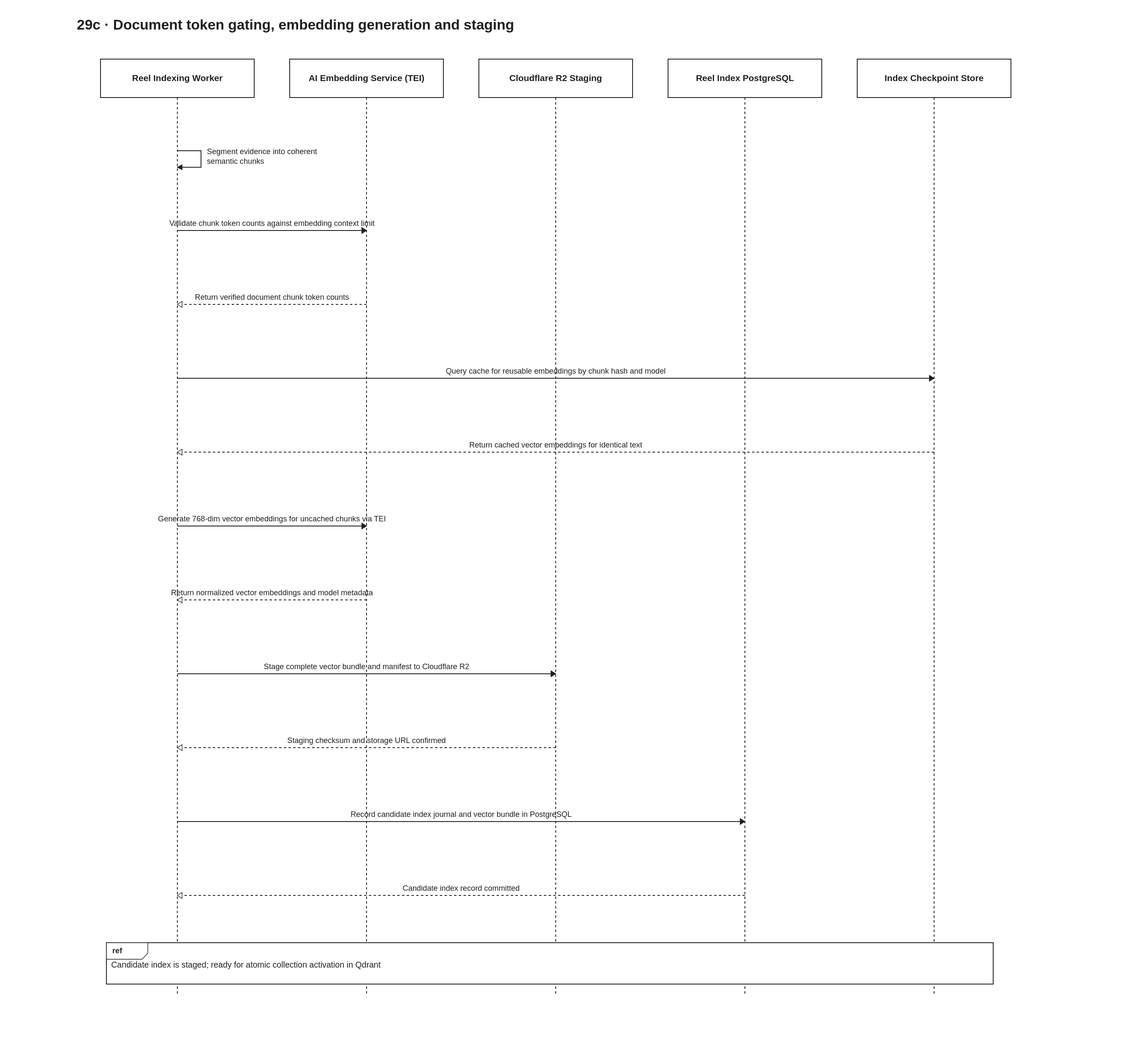
Above: docs/diagrams/velora-current/importable-svg/29c-index-vectorization-staging.drawio.svg in HieuCuteDangYeu/velora-backend (draw.io), before the change. Source tidied: cells renumbered, new cells last; positions are measured from the earlier drawing's top-left corner, leaving out a move shared by most shapes.
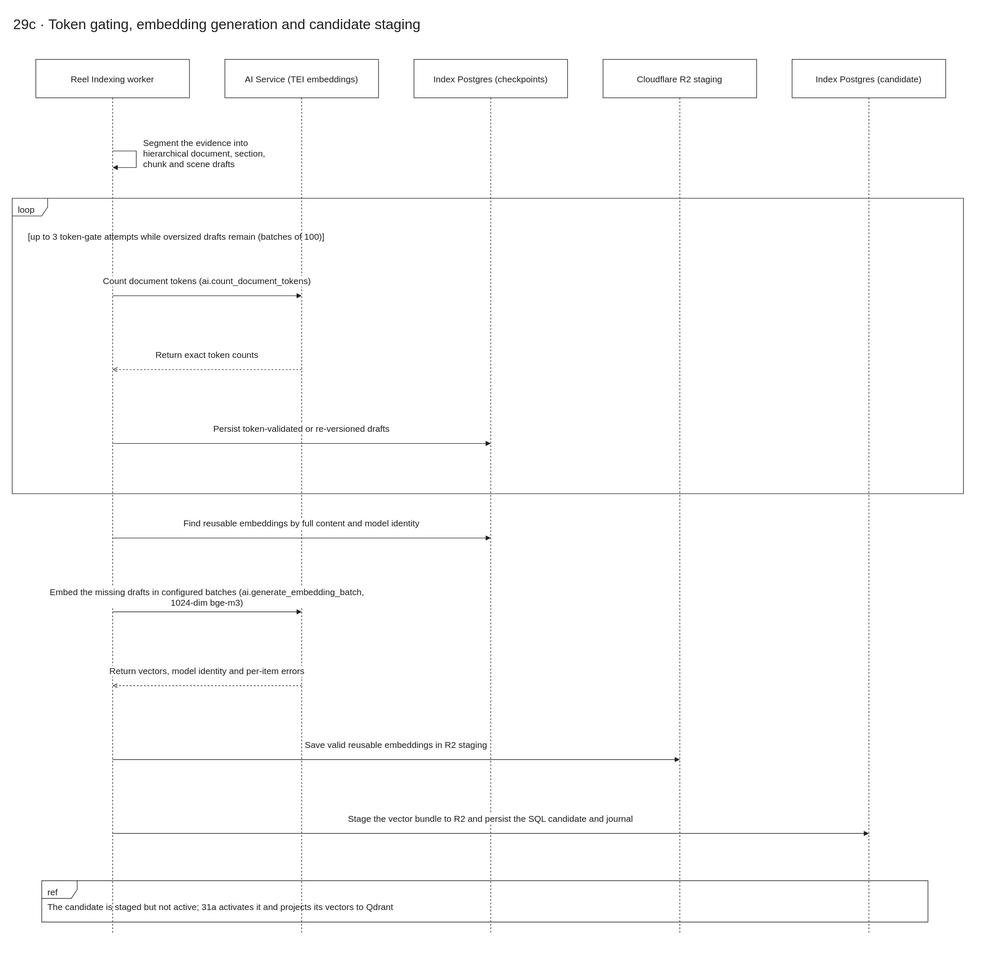
Later version of the same file.

The edit, as a diff of the source:
```diff
@@ -5,133 +5,129 @@
     <mxCell id="2" style="html=1;fontFamily=Arial;fontSize=15;fontColor=light-dark(#202020,#eeeeee);strokeColor=light-dark(#202020,#eeeeee);dashed=1;endArrow=none;" parent="1" edge="1">
       <mxGeometry relative="1" as="geometry">
         <mxPoint x="1450" y="145" as="sourcePoint" />
-        <mxPoint x="1450" y="1665" as="targetPoint" />
+        <mxPoint x="1450" y="1560" as="targetPoint" />
       </mxGeometry>
     </mxCell>
     <mxCell id="3" style="html=1;fontFamily=Arial;fontSize=15;fontColor=light-dark(#202020,#eeeeee);strokeColor=light-dark(#202020,#eeeeee);dashed=1;endArrow=none;" parent="1" edge="1">
       <mxGeometry relative="1" as="geometry">
         <mxPoint x="1130" y="145" as="sourcePoint" />
-        <mxPoint x="1130" y="1665" as="targetPoint" />
+        <mxPoint x="1130" y="1560" as="targetPoint" />
       </mxGeometry>
     </mxCell>
     <mxCell id="4" style="html=1;fontFamily=Arial;fontSize=15;fontColor=light-dark(#202020,#eeeeee);strokeColor=light-dark(#202020,#eeeeee);dashed=1;endArrow=none;" parent="1" edge="1">
       <mxGeometry relative="1" as="geometry">
         <mxPoint x="810" y="145" as="sourcePoint" />
-        <mxPoint x="810" y="1665" as="targetPoint" />
+        <mxPoint x="810" y="1560" as="targetPoint" />
       </mxGeometry>
     </mxCell>
     <mxCell id="5" style="html=1;fontFamily=Arial;fontSize=15;fontColor=light-dark(#202020,#eeeeee);strokeColor=light-dark(#202020,#eeeeee);dashed=1;endArrow=none;" parent="1" edge="1">
       <mxGeometry relative="1" as="geometry">
         <mxPoint x="490" y="145" as="sourcePoint" />
-        <mxPoint x="490" y="1665" as="targetPoint" />
+        <mxPoint x="490" y="1560" as="targetPoint" />
       </mxGeometry>
     </mxCell>
     <mxCell id="6" style="html=1;fontFamily=Arial;fontSize=15;fontColor=light-dark(#202020,#eeeeee);strokeColor=light-dark(#202020,#eeeeee);dashed=1;endArrow=none;" parent="1" edge="1">
       <mxGeometry relative="1" as="geometry">
         <mxPoint x="170" y="145" as="sourcePoint" />
-        <mxPoint x="170" y="1665" as="targetPoint" />
+        <mxPoint x="170" y="1560" as="targetPoint" />
       </mxGeometry>
     </mxCell>
-    <mxCell id="7" value="29c · Document token gating, embedding generation and staging" style="html=1;fontFamily=Arial;fontSize=15;fontColor=light-dark(#202020,#eeeeee);strokeColor=light-dark(#202020,#eeeeee);text;fontSize=24;align=left;strokeColor=none;fillColor=none;" parent="1" vertex="1">
+    <mxCell id="7" value="29c · Token gating, embedding generation and candidate staging" style="html=1;fontFamily=Arial;fontSize=15;fontColor=light-dark(#202020,#eeeeee);strokeColor=light-dark(#202020,#eeeeee);text;fontSize=24;align=left;strokeColor=none;fillColor=none;" parent="1" vertex="1">
       <mxGeometry width="1610" height="50" as="geometry" />
     </mxCell>
-    <mxCell id="8" value="Reel Indexing Worker" style="html=1;fontFamily=Arial;fontSize=15;fontColor=light-dark(#202020,#eeeeee);strokeColor=light-dark(#202020,#eeeeee);rounded=0;fillColor=#ffffff;whiteSpace=wrap;align=center;verticalAlign=middle;" parent="1" vertex="1">
+    <mxCell id="8" value="Reel Indexing worker" style="html=1;fontFamily=Arial;fontSize=15;fontColor=light-dark(#202020,#eeeeee);strokeColor=light-dark(#202020,#eeeeee);rounded=0;fillColor=#ffffff;whiteSpace=wrap;align=center;verticalAlign=middle;" parent="1" vertex="1">
       <mxGeometry x="40" y="80" width="260" height="65" as="geometry" />
     </mxCell>
-    <mxCell id="9" value="AI Embedding Service (TEI)" style="html=1;fontFamily=Arial;fontSize=15;fontColor=light-dark(#202020,#eeeeee);strokeColor=light-dark(#202020,#eeeeee);rounded=0;fillColor=#ffffff;whiteSpace=wrap;align=center;verticalAlign=middle;" parent="1" vertex="1">
+    <mxCell id="9" value="AI Service (TEI embeddings)" style="html=1;fontFamily=Arial;fontSize=15;fontColor=light-dark(#202020,#eeeeee);strokeColor=light-dark(#202020,#eeeeee);rounded=0;fillColor=#ffffff;whiteSpace=wrap;align=center;verticalAlign=middle;" parent="1" vertex="1">
       <mxGeometry x="360" y="80" width="260" height="65" as="geometry" />
     </mxCell>
-    <mxCell id="10" value="Cloudflare R2 Staging" style="html=1;fontFamily=Arial;fontSize=15;fontColor=light-dark(#202020,#eeeeee);strokeColor=light-dark(#202020,#eeeeee);rounded=0;fillColor=#ffffff;whiteSpace=wrap;align=center;verticalAlign=middle;" parent="1" vertex="1">
+    <mxCell id="10" value="Index Postgres (checkpoints)" style="html=1;fontFamily=Arial;fontSize=15;fontColor=light-dark(#202020,#eeeeee);strokeColor=light-dark(#202020,#eeeeee);rounded=0;fillColor=#ffffff;whiteSpace=wrap;align=center;verticalAlign=middle;" parent="1" vertex="1">
       <mxGeometry x="680" y="80" width="260" height="65" as="geometry" />
     </mxCell>
-    <mxCell id="11" value="Reel Index PostgreSQL" style="html=1;fontFamily=Arial;fontSize=15;fontColor=light-dark(#202020,#eeeeee);strokeColor=light-dark(#202020,#eeeeee);rounded=0;fillColor=#ffffff;whiteSpace=wrap;align=center;verticalAlign=middle;" parent="1" vertex="1">
+    <mxCell id="11" value="Cloudflare R2 staging" style="html=1;fontFamily=Arial;fontSize=15;fontColor=light-dark(#202020,#eeeeee);strokeColor=light-dark(#202020,#eeeeee);rounded=0;fillColor=#ffffff;whiteSpace=wrap;align=center;verticalAlign=middle;" parent="1" vertex="1">
       <mxGeometry x="1000" y="80" width="260" height="65" as="geometry" />
     </mxCell>
-    <mxCell id="12" value="Index Checkpoint Store" style="html=1;fontFamily=Arial;fontSize=15;fontColor=light-dark(#202020,#eeeeee);strokeColor=light-dark(#202020,#eeeeee);rounded=0;fillColor=#ffffff;whiteSpace=wrap;align=center;verticalAlign=middle;" parent="1" vertex="1">
+    <mxCell id="12" value="Index Postgres (candidate)" style="html=1;fontFamily=Arial;fontSize=15;fontColor=light-dark(#202020,#eeeeee);strokeColor=light-dark(#202020,#eeeeee);rounded=0;fillColor=#ffffff;whiteSpace=wrap;align=center;verticalAlign=middle;" parent="1" vertex="1">
       <mxGeometry x="1320" y="80" width="260" height="65" as="geometry" />
     </mxCell>
-    <mxCell id="13" value="Segment evidence into coherent semantic chunks" style="html=1;fontFamily=Arial;fontSize=15;fontColor=light-dark(#202020,#eeeeee);strokeColor=light-dark(#202020,#eeeeee);endArrow=block;endFill=1;edgeStyle=orthogonalEdgeStyle;curved=0;rounded=0;orthogonalLoop=1;jettySize=auto;labelBackgroundColor=#ffffff;labelWidth=240;whiteSpace=wrap;align=left;" parent="1" edge="1">
+    <mxCell id="13" value="Segment the evidence into hierarchical document, section, chunk and scene drafts" style="html=1;fontFamily=Arial;fontSize=15;fontColor=light-dark(#202020,#eeeeee);strokeColor=light-dark(#202020,#eeeeee);endArrow=block;endFill=1;edgeStyle=orthogonalEdgeStyle;curved=0;rounded=0;orthogonalLoop=1;jettySize=auto;labelBackgroundColor=#ffffff;labelWidth=240;whiteSpace=wrap;align=left;" parent="1" edge="1">
       <mxGeometry relative="1" as="geometry">
         <mxPoint x="170" y="235" as="sourcePoint" />
         <mxPoint x="170" y="263" as="targetPoint" />
+        <Array as="points">
+          <mxPoint x="210" y="235" />
+          <mxPoint x="210" y="263" />
+        </Array>
         <mxPoint x="10" y="-10" as="offset" />
       </mxGeometry>
     </mxCell>
-    <mxCell id="14" value="Validate chunk token counts against embedding context limit" style="html=1;fontFamily=Arial;fontSize=15;fontColor=light-dark(#202020,#eeeeee);strokeColor=light-dark(#202020,#eeeeee);endArrow=block;endFill=1;labelBackgroundColor=#ffffff;labelWidth=550;whiteSpace=wrap;align=center;" parent="1" edge="1">
-      <mxGeometry relative="1" as="geometry">
-        <mxPoint x="170" y="370" as="sourcePoint" />
-        <mxPoint x="490" y="370" as="targetPoint" />
-        <mxPoint y="-25" as="offset" />
-      </mxGeometry>
+    <mxCell id="14" value="loop" style="html=1;fontFamily=Arial;fontSize=15;fontColor=light-dark(#202020,#eeeeee);strokeColor=light-dark(#202020,#eeeeee);shape=umlFrame;fillColor=none;align=left;verticalAlign=top;spacingLeft=8;spacingTop=4;" parent="1" vertex="1">
+      <mxGeometry y="315" width="1610" height="500" as="geometry" />
     </mxCell>
-    <mxCell id="15" value="Return verified document chunk token counts" style="html=1;fontFamily=Arial;fontSize=15;fontColor=light-dark(#202020,#eeeeee);strokeColor=light-dark(#202020,#eeeeee);endArrow=open;dashed=1;labelBackgroundColor=#ffffff;labelWidth=550;whiteSpace=wrap;align=center;" parent="1" edge="1">
-      <mxGeometry relative="1" as="geometry">
-        <mxPoint x="490" y="495" as="sourcePoint" />
-        <mxPoint x="170" y="495" as="targetPoint" />
-        <mxPoint y="-25" as="offset" />
-      </mxGeometry>
+    <mxCell id="15" value="[up to 3 token-gate attempts while oversized drafts remain (batches of 100)]" style="html=1;fontFamily=Arial;fontSize=15;fontColor=light-dark(#202020,#eeeeee);strokeColor=light-dark(#202020,#eeeeee);text;whiteSpace=wrap;align=left;strokeColor=none;fillColor=none;" parent="1" vertex="1">
+      <mxGeometry x="25" y="365" width="1550" height="45" as="geometry" />
     </mxCell>
-    <mxCell id="16" value="Query cache for reusable embeddings by chunk hash and model" style="html=1;fontFamily=Arial;fontSize=15;fontColor=light-dark(#202020,#eeeeee);strokeColor=light-dark(#202020,#eeeeee);endArrow=block;endFill=1;labelBackgroundColor=#ffffff;labelWidth=550;whiteSpace=wrap;align=center;" parent="1" edge="1">
+    <mxCell id="16" value="Count document tokens (ai.count_document_tokens)" style="html=1;fontFamily=Arial;fontSize=15;fontColor=light-dark(#202020,#eeeeee);strokeColor=light-dark(#202020,#eeeeee);endArrow=block;endFill=1;labelBackgroundColor=#ffffff;labelWidth=550;whiteSpace=wrap;align=center;" parent="1" edge="1">
       <mxGeometry relative="1" as="geometry">
-        <mxPoint x="170" y="620" as="sourcePoint" />
-        <mxPoint x="1450" y="620" as="targetPoint" />
+        <mxPoint x="170" y="480" as="sourcePoint" />
+        <mxPoint x="490" y="480" as="targetPoint" />
         <mxPoint y="-25" as="offset" />
       </mxGeometry>
     </mxCell>
-    <mxCell id="17" value="Return cached vector embeddings for identical text" style="html=1;fontFamily=Arial;fontSize=15;fontColor=light-dark(#202020,#eeeeee);strokeColor=light-dark(#202020,#eeeeee);endArrow=open;dashed=1;labelBackgroundColor=#ffffff;labelWidth=550;whiteSpace=wrap;align=center;" parent="1" edge="1">
+    <mxCell id="17" value="Return exact token counts" style="html=1;fontFamily=Arial;fontSize=15;fontColor=light-dark(#202020,#eeeeee);strokeColor=light-dark(#202020,#eeeeee);endArrow=open;dashed=1;labelBackgroundColor=#ffffff;labelWidth=550;whiteSpace=wrap;align=center;" parent="1" edge="1">
       <mxGeometry relative="1" as="geometry">
-        <mxPoint x="1450" y="745" as="sourcePoint" />
-        <mxPoint x="170" y="745" as="targetPoint" />
+        <mxPoint x="490" y="605" as="sourcePoint" />
+        <mxPoint x="170" y="605" as="targetPoint" />
         <mxPoint y="-25" as="offset" />
       </mxGeometry>
     </mxCell>
-    <mxCell id="18" value="Generate 768-dim vector embeddings for uncached chunks via TEI" style="html=1;fontFamily=Arial;fontSize=15;fontColor=light-dark(#202020,#eeeeee);strokeColor=light-dark(#202020,#eeeeee);endArrow=block;endFill=1;labelBackgroundColor=#ffffff;labelWidth=550;whiteSpace=wrap;align=center;" parent="1" edge="1">
+    <mxCell id="18" value="Persist token-validated or re-versioned drafts" style="html=1;fontFamily=Arial;fontSize=15;fontColor=light-dark(#202020,#eeeeee);strokeColor=light-dark(#202020,#eeeeee);endArrow=block;endFill=1;labelBackgroundColor=#ffffff;labelWidth=550;whiteSpace=wrap;align=center;" parent="1" edge="1">
       <mxGeometry relative="1" as="geometry">
-        <mxPoint x="170" y="870" as="sourcePoint" />
-        <mxPoint x="490" y="870" as="targetPoint" />
+        <mxPoint x="170" y="730" as="sourcePoint" />
+        <mxPoint x="810" y="730" as="targetPoint" />
         <mxPoint y="-25" as="offset" />
       </mxGeometry>
     </mxCell>
-    <mxCell id="19" value="Return normalized vector embeddings and model metadata" style="html=1;fontFamily=Arial;fontSize=15;fontColor=light-dark(#202020,#eeeeee);strokeColor=light-dark(#202020,#eeeeee);endArrow=open;dashed=1;labelBackgroundColor=#ffffff;labelWidth=550;whiteSpace=wrap;align=center;" parent="1" edge="1">
+    <mxCell id="19" value="Find reusable embeddings by full content and model identity" style="html=1;fontFamily=Arial;fontSize=15;fontColor=light-dark(#202020,#eeeeee);strokeColor=light-dark(#202020,#eeeeee);endArrow=block;endFill=1;labelBackgroundColor=#ffffff;labelWidth=550;whiteSpace=wrap;align=center;" parent="1" edge="1">
       <mxGeometry relative="1" as="geometry">
-        <mxPoint x="490" y="995" as="sourcePoint" />
-        <mxPoint x="170" y="995" as="targetPoint" />
+        <mxPoint x="170" y="890" as="sourcePoint" />
+        <mxPoint x="810" y="890" as="targetPoint" />
         <mxPoint y="-25" as="offset" />
       </mxGeometry>
     </mxCell>
-    <mxCell id="20" value="Stage complete vector bundle and manifest to Cloudflare R2" style="html=1;fontFamily=Arial;fontSize=15;fontColor=light-dark(#202020,#eeeeee);strokeColor=light-dark(#202020,#eeeeee);endArrow=block;endFill=1;labelBackgroundColor=#ffffff;labelWidth=550;whiteSpace=wrap;align=center;" parent="1" edge="1">
+    <mxCell id="20" value="Embed the missing drafts in configured batches (ai.generate_embedding_batch, 1024-dim bge-m3)" style="html=1;fontFamily=Arial;fontSize=15;fontColor=light-dark(#202020,#eeeeee);strokeColor=light-dark(#202020,#eeeeee);endArrow=block;endFill=1;labelBackgroundColor=#ffffff;labelWidth=550;whiteSpace=wrap;align=center;" parent="1" edge="1">
       <mxGeometry relative="1" as="geometry">
-        <mxPoint x="170" y="1120" as="sourcePoint" />
-        <mxPoint x="810" y="1120" as="targetPoint" />
+        <mxPoint x="170" y="1015" as="sourcePoint" />
+        <mxPoint x="490" y="1015" as="targetPoint" />
         <mxPoint y="-25" as="offset" />
       </mxGeometry>
     </mxCell>
-    <mxCell id="21" value="Staging checksum and storage URL confirmed" style="html=1;fontFamily=Arial;fontSize=15;fontColor=light-dark(#202020,#eeeeee);strokeColor=light-dark(#202020,#eeeeee);endArrow=open;dashed=1;labelBackgroundColor=#ffffff;labelWidth=550;whiteSpace=wrap;align=center;" parent="1" edge="1">
+    <mxCell id="21" value="Return vectors, model identity and per-item errors" style="html=1;fontFamily=Arial;fontSize=15;fontColor=light-dark(#202020,#eeeeee);strokeColor=light-dark(#202020,#eeeeee);endArrow=open;dashed=1;labelBackgroundColor=#ffffff;labelWidth=550;whiteSpace=wrap;align=center;" parent="1" edge="1">
       <mxGeometry relative="1" as="geometry">
-        <mxPoint x="810" y="1245" as="sourcePoint" />
-        <mxPoint x="170" y="1245" as="targetPoint" />
+        <mxPoint x="490" y="1140" as="sourcePoint" />
+        <mxPoint x="170" y="1140" as="targetPoint" />
         <mxPoint y="-25" as="offset" />
       </mxGeometry>
     </mxCell>
-    <mxCell id="22" value="Record candidate index journal and vector bundle in PostgreSQL" style="html=1;fontFamily=Arial;fontSize=15;fontColor=light-dark(#202020,#eeeeee);strokeColor=light-dark(#202020,#eeeeee);endArrow=block;endFill=1;labelBackgroundColor=#ffffff;labelWidth=550;whiteSpace=wrap;align=center;" parent="1" edge="1">
+    <mxCell id="22" value="Save valid reusable embeddings in R2 staging" style="html=1;fontFamily=Arial;fontSize=15;fontColor=light-dark(#202020,#eeeeee);strokeColor=light-dark(#202020,#eeeeee);endArrow=block;endFill=1;labelBackgroundColor=#ffffff;labelWidth=550;whiteSpace=wrap;align=center;" parent="1" edge="1">
       <mxGeometry relative="1" as="geometry">
-        <mxPoint x="170" y="1370" as="sourcePoint" />
-        <mxPoint x="1130" y="1370" as="targetPoint" />
+        <mxPoint x="170" y="1265" as="sourcePoint" />
+        <mxPoint x="1130" y="1265" as="targetPoint" />
         <mxPoint y="-25" as="offset" />
       </mxGeometry>
     </mxCell>
-    <mxCell id="23" value="Candidate index record committed" style="html=1;fontFamily=Arial;fontSize=15;fontColor=light-dark(#202020,#eeeeee);strokeColor=light-dark(#202020,#eeeeee);endArrow=open;dashed=1;labelBackgroundColor=#ffffff;labelWidth=550;whiteSpace=wrap;align=center;" parent="1" edge="1">
+    <mxCell id="23" value="Stage the vector bundle to R2 and persist the SQL candidate and journal" style="html=1;fontFamily=Arial;fontSize=15;fontColor=light-dark(#202020,#eeeeee);strokeColor=light-dark(#202020,#eeeeee);endArrow=block;endFill=1;labelBackgroundColor=#ffffff;labelWidth=550;whiteSpace=wrap;align=center;" parent="1" edge="1">
       <mxGeometry relative="1" as="geometry">
-        <mxPoint x="1130" y="1495" as="sourcePoint" />
-        <mxPoint x="170" y="1495" as="targetPoint" />
+        <mxPoint x="170" y="1390" as="sourcePoint" />
+        <mxPoint x="1450" y="1390" as="targetPoint" />
         <mxPoint y="-25" as="offset" />
       </mxGeometry>
     </mxCell>
     <mxCell id="24" value="ref" style="html=1;fontFamily=Arial;fontSize=15;fontColor=light-dark(#202020,#eeeeee);strokeColor=light-dark(#202020,#eeeeee);shape=umlFrame;fillColor=light-dark(#ffffff,#181818);align=left;verticalAlign=top;spacingLeft=8;spacingTop=4;" parent="1" vertex="1">
-      <mxGeometry x="50" y="1575" width="1500" height="70" as="geometry" />
+      <mxGeometry x="50" y="1470" width="1500" height="70" as="geometry" />
     </mxCell>
-    <mxCell id="25" value="Candidate index is staged; ready for atomic collection activation in Qdrant" style="html=1;fontFamily=Arial;fontSize=15;fontColor=light-dark(#202020,#eeeeee);strokeColor=light-dark(#202020,#eeeeee);text;whiteSpace=wrap;align=left;verticalAlign=middle;strokeColor=none;fillColor=none;" parent="1" vertex="1">
-      <mxGeometry x="58" y="1597" width="1480" height="44" as="geometry" />
+    <mxCell id="25" value="The candidate is staged but not active; 31a activates it and projects its vectors to Qdrant" style="html=1;fontFamily=Arial;fontSize=15;fontColor=light-dark(#202020,#eeeeee);strokeColor=light-dark(#202020,#eeeeee);text;whiteSpace=wrap;align=left;verticalAlign=middle;strokeColor=none;fillColor=none;" parent="1" vertex="1">
+      <mxGeometry x="58" y="1492" width="1480" height="44" as="geometry" />
     </mxCell>
   </root>
 </mxGraphModel>
```
